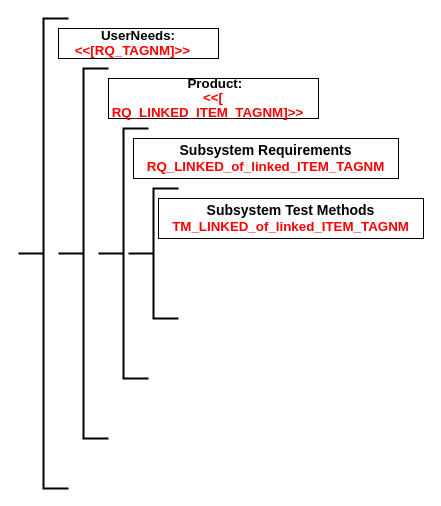
This is Untitled Diagram.drawio from avishnikin696/draws, a draw.io file, before an edit. Source tidied: cells renumbered, new cells numbered last; positions are measured from the earlier drawing's top-left corner, leaving out a move shared by most shapes. Both pictures are drawn from the tidied source at 100%, with x=0, y=0 at pixel (18, 18).
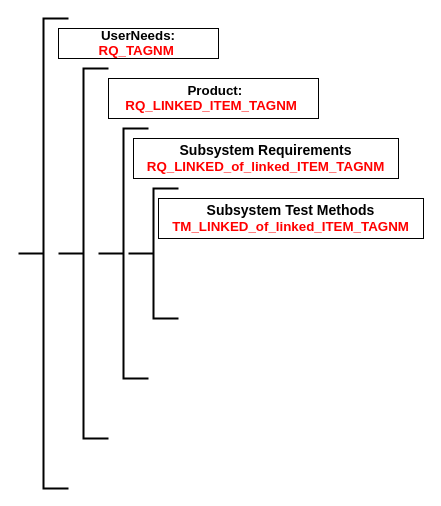
After the change.

Change to the diagram source:
```diff
@@
 <mxGraphModel>
   <root>
     <mxCell id="0" />
     <mxCell id="1" parent="0" />
     <mxCell id="2" style="strokeWidth=2;html=1;shape=mxgraph.flowchart.annotation_2;align=left;labelPosition=right;" parent="1" vertex="1">
       <mxGeometry x="40" y="50" width="50" height="370" as="geometry" />
     </mxCell>
     <mxCell id="3" style="strokeWidth=2;html=1;shape=mxgraph.flowchart.annotation_2;align=left;labelPosition=right;" parent="1" vertex="1">
       <mxGeometry width="50" height="470" as="geometry" />
     </mxCell>
-    <mxCell id="4" value="&lt;b&gt;&lt;span style=&quot;font-size: 10.0pt ; line-height: 107% ; font-family: &amp;#34;calibri&amp;#34; , sans-serif&quot;&gt;UserNeeds:&lt;br&gt;&lt;span style=&quot;color: red&quot;&gt;&amp;lt;&amp;lt;[RQ_TAGNM]&amp;gt;&amp;gt;&amp;nbsp; &amp;nbsp;&lt;/span&gt;&lt;/span&gt;&lt;/b&gt;" style="rounded=0;whiteSpace=wrap;html=1;" parent="1" vertex="1">
+    <mxCell id="4" value="&lt;b&gt;&lt;span style=&quot;font-size: 10.0pt ; line-height: 107% ; font-family: &amp;#34;calibri&amp;#34; , sans-serif&quot;&gt;UserNeeds:&lt;br&gt;&lt;span style=&quot;color: red&quot;&gt;RQ_TAGNM&amp;nbsp;&lt;/span&gt;&lt;/span&gt;&lt;/b&gt;" style="rounded=0;whiteSpace=wrap;html=1;" parent="1" vertex="1">
       <mxGeometry x="40" y="10" width="160" height="30" as="geometry" />
     </mxCell>
-    <mxCell id="5" value="&lt;b&gt;&lt;span style=&quot;font-size: 10.0pt ; line-height: 107% ; font-family: &amp;#34;calibri&amp;#34; , sans-serif&quot;&gt;&amp;nbsp; Product:&amp;nbsp;&lt;br&gt;&lt;span style=&quot;color: red&quot;&gt;&amp;lt;&amp;lt;[&lt;/span&gt;&lt;/span&gt;&lt;span style=&quot;font-size: 10.0pt ; line-height: 107% ; font-family: &amp;#34;calibri&amp;#34; , sans-serif ; color: red&quot;&gt; RQ_LINKED_ITEM_TAGNM&lt;/span&gt;&lt;span style=&quot;font-size: 10.0pt ; line-height: 107% ; font-family: &amp;#34;calibri&amp;#34; , sans-serif ; color: red&quot;&gt;]&amp;gt;&amp;gt;&lt;/span&gt;&lt;span style=&quot;font-size: 10.0pt ; line-height: 107% ; font-family: &amp;#34;calibri&amp;#34; , sans-serif ; color: red&quot;&gt; &amp;nbsp;&amp;nbsp;&lt;/span&gt;&lt;/b&gt;" style="rounded=0;whiteSpace=wrap;html=1;" parent="1" vertex="1">
+    <mxCell id="5" value="&lt;b&gt;&lt;span style=&quot;font-size: 10.0pt ; line-height: 107% ; font-family: &amp;#34;calibri&amp;#34; , sans-serif&quot;&gt;&amp;nbsp; Product:&amp;nbsp;&lt;br&gt;&lt;/span&gt;&lt;span style=&quot;font-size: 10.0pt ; line-height: 107% ; font-family: &amp;#34;calibri&amp;#34; , sans-serif ; color: red&quot;&gt;RQ_LINKED_ITEM_TAGNM&lt;/span&gt;&lt;span style=&quot;font-size: 10.0pt ; line-height: 107% ; font-family: &amp;#34;calibri&amp;#34; , sans-serif ; color: red&quot;&gt;&amp;nbsp;&lt;/span&gt;&lt;/b&gt;" style="rounded=0;whiteSpace=wrap;html=1;" parent="1" vertex="1">
       <mxGeometry x="90" y="60" width="210" height="40" as="geometry" />
     </mxCell>
     <mxCell id="6" style="strokeWidth=2;html=1;shape=mxgraph.flowchart.annotation_2;align=left;labelPosition=right;" parent="1" vertex="1">
       <mxGeometry x="80" y="110" width="50" height="250" as="geometry" />
     </mxCell>
     <mxCell id="7" value="&lt;b&gt;&lt;span style=&quot;font-size: 10.5pt ; line-height: 107% ; font-family: &amp;#34;arial&amp;#34; , sans-serif&quot;&gt;Subsystem Requirements&lt;br&gt;&lt;/span&gt;&lt;/b&gt;&lt;b&gt;&lt;span style=&quot;font-size: 10pt ; line-height: 14.2667px ; font-family: &amp;#34;calibri&amp;#34; , sans-serif ; color: red&quot;&gt;RQ_LINKED_of_linked_ITEM_TAGNM&lt;/span&gt;&lt;/b&gt;&lt;b&gt;&lt;span style=&quot;font-size: 10.5pt ; line-height: 107% ; font-family: &amp;#34;arial&amp;#34; , sans-serif&quot;&gt;&lt;br&gt;&lt;/span&gt;&lt;/b&gt;" style="rounded=0;whiteSpace=wrap;html=1;" parent="1" vertex="1">
       <mxGeometry x="115" y="120" width="265" height="40" as="geometry" />
     </mxCell>
     <mxCell id="8" style="strokeWidth=2;html=1;shape=mxgraph.flowchart.annotation_2;align=left;labelPosition=right;" parent="1" vertex="1">
       <mxGeometry x="110" y="170" width="50" height="130" as="geometry" />
     </mxCell>
     <mxCell id="9" value="&lt;b&gt;&lt;span style=&quot;font-size: 10.5pt ; line-height: 107% ; font-family: &amp;#34;arial&amp;#34; , sans-serif&quot;&gt;Subsystem Test Methods&lt;br&gt;&lt;/span&gt;&lt;/b&gt;&lt;b&gt;&lt;span style=&quot;font-size: 10pt ; line-height: 14.2667px ; font-family: &amp;#34;calibri&amp;#34; , sans-serif ; color: red&quot;&gt;TM_LINKED_of_linked_ITEM_TAGNM&lt;/span&gt;&lt;/b&gt;&lt;b&gt;&lt;span style=&quot;font-size: 10.5pt ; line-height: 107% ; font-family: &amp;#34;arial&amp;#34; , sans-serif&quot;&gt;&lt;br&gt;&lt;/span&gt;&lt;/b&gt;" style="rounded=0;whiteSpace=wrap;html=1;" parent="1" vertex="1">
       <mxGeometry x="140" y="180" width="265" height="40" as="geometry" />
     </mxCell>
   </root>
 </mxGraphModel>
```
